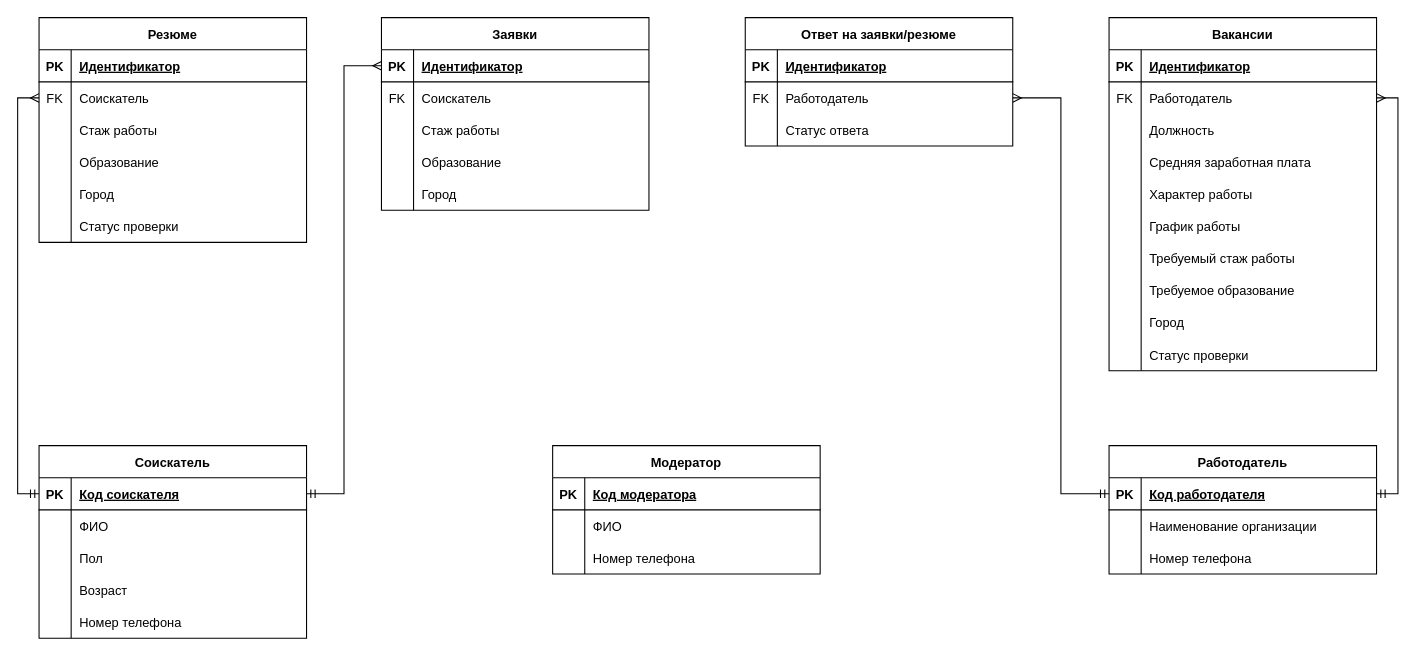
FullOfDelirium/Employment-agency keeps this draw.io diagram as Diagrams/Entity Relationship Diagram.drawio. Above is the earlier version. Source tidied: cells renumbered, new cells numbered last; positions are measured from the earlier drawing's top-left corner, leaving out a move shared by most shapes. Both pictures are drawn from the tidied source at 107%, with x=0, y=0 at pixel (39, 17).
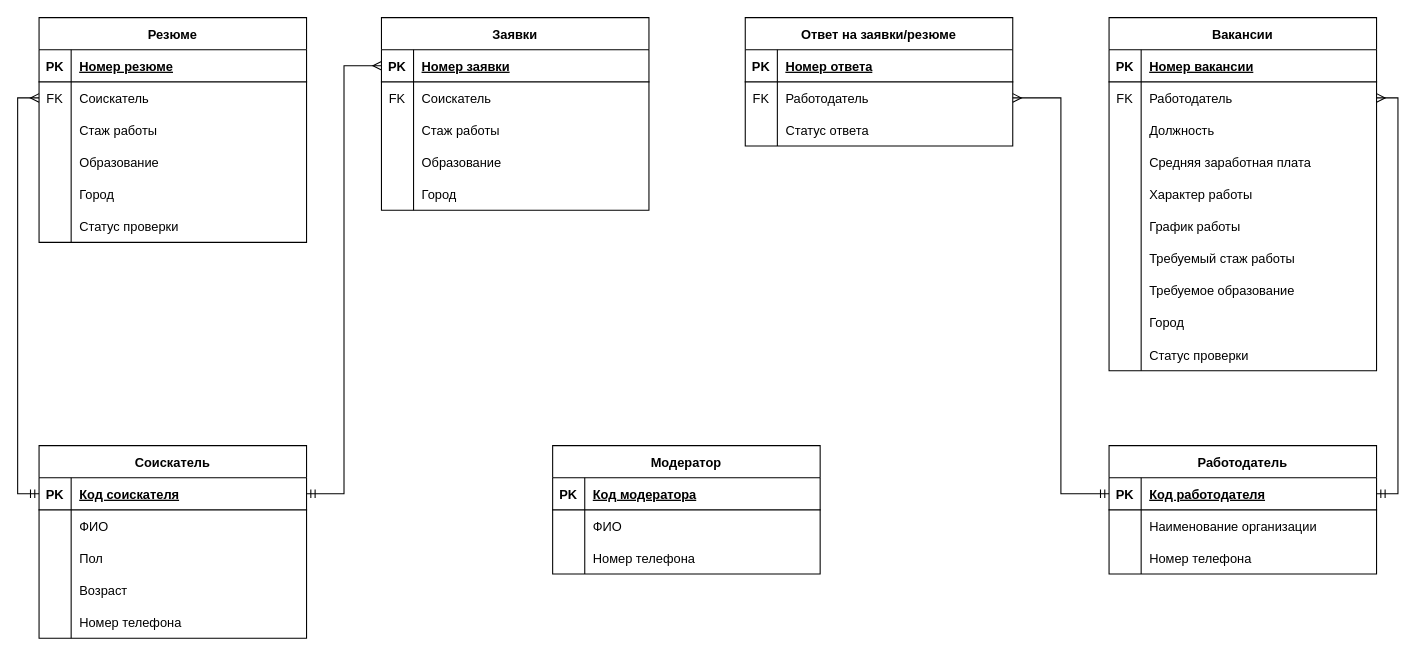
After the change.

The change refers to these unchanged cells:
```xml
<mxCell id="3" style="shape=partialRectangle;fillColor=none;top=0;left=0;right=0;bottom=1;" parent="2" vertex="1">
  <mxGeometry y="30" width="250" height="30" as="geometry" />
</mxCell>
<mxCell id="22" style="shape=partialRectangle;fillColor=none;top=0;left=0;right=0;bottom=1;" parent="21" vertex="1">
  <mxGeometry y="30" width="250" height="30" as="geometry" />
</mxCell>
<mxCell id="53" style="shape=partialRectangle;fillColor=none;points=[[0,0.5],[1,0.5]];portConstraint=eastwest;top=0;left=0;right=0;bottom=1;" parent="52" vertex="1">
  <mxGeometry y="30" width="250" height="30" as="geometry" />
</mxCell>
<mxCell id="108" style="shape=partialRectangle;fillColor=none;top=0;left=0;right=0;bottom=1;" parent="107" vertex="1">
  <mxGeometry y="30" width="250" height="30" as="geometry" />
</mxCell>
```

The edit, as a diff of the source:
```diff
@@
-    <mxCell id="5" value="Идентификатор" style="shape=partialRectangle;overflow=hidden;fillColor=none;top=0;left=0;bottom=0;right=0;align=left;spacingLeft=6;fontStyle=5;fontColor=default;" parent="3" vertex="1">
+    <mxCell id="5" value="Номер резюме" style="shape=partialRectangle;overflow=hidden;fillColor=none;top=0;left=0;bottom=0;right=0;align=left;spacingLeft=6;fontStyle=5;fontColor=default;" parent="3" vertex="1">
       <mxGeometry x="30" width="220" height="30" as="geometry" />
     </mxCell>
@@
-    <mxCell id="24" value="Идентификатор" style="shape=partialRectangle;overflow=hidden;fillColor=none;top=0;left=0;bottom=0;right=0;align=left;spacingLeft=6;fontStyle=5;" parent="22" vertex="1">
+    <mxCell id="24" value="Номер вакансии" style="shape=partialRectangle;overflow=hidden;fillColor=none;top=0;left=0;bottom=0;right=0;align=left;spacingLeft=6;fontStyle=5;" parent="22" vertex="1">
       <mxGeometry x="30" width="220" height="30" as="geometry" />
     </mxCell>
@@
-    <mxCell id="55" value="Идентификатор" style="shape=partialRectangle;overflow=hidden;fillColor=none;top=0;left=0;bottom=0;right=0;align=left;spacingLeft=6;fontStyle=5;fontColor=default;" parent="53" vertex="1">
+    <mxCell id="55" value="Номер заявки" style="shape=partialRectangle;overflow=hidden;fillColor=none;top=0;left=0;bottom=0;right=0;align=left;spacingLeft=6;fontStyle=5;fontColor=default;" parent="53" vertex="1">
       <mxGeometry x="30" width="220" height="30" as="geometry" />
     </mxCell>
@@
-    <mxCell id="110" value="Идентификатор" style="shape=partialRectangle;overflow=hidden;fillColor=none;top=0;left=0;bottom=0;right=0;align=left;spacingLeft=6;fontStyle=5;fontColor=default;" parent="108" vertex="1">
+    <mxCell id="110" value="Номер ответа" style="shape=partialRectangle;overflow=hidden;fillColor=none;top=0;left=0;bottom=0;right=0;align=left;spacingLeft=6;fontStyle=5;fontColor=default;" parent="108" vertex="1">
       <mxGeometry x="30" width="220" height="30" as="geometry" />
     </mxCell>
```
